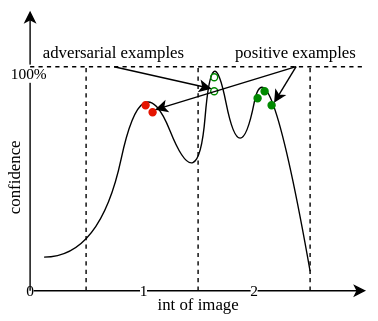
Before: images/1.drawio.svg, a diagram exported from draw.io (huangyebiaoke/adversarial-attack-method-based-on-IGA). Source tidied: cells renumbered, new cells last; positions are measured from the earlier drawing's top-left corner, leaving out a move shared by most shapes.
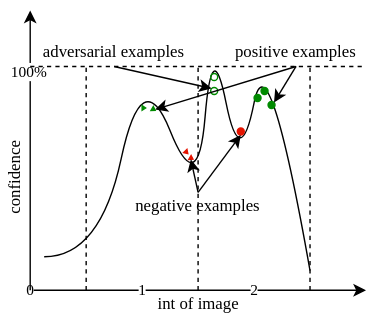
The same diagram one commit later.

Diff of the diagram source:
```diff
@@ -46,27 +46,21 @@
         </Array>
       </mxGeometry>
     </mxCell>
-    <mxCell id="9" style="ellipse;whiteSpace=wrap;html=1;fontColor=#ffffff;strokeColor=#008A00;fillColor=none;fontFamily=Times New Roman;" parent="1" vertex="1">
+    <mxCell id="9" style="ellipse;whiteSpace=wrap;html=1;fontColor=#ffffff;fontFamily=Times New Roman;fillColor=none;strokeColor=#008A00;" parent="1" vertex="1">
       <mxGeometry x="175" y="45" width="5" height="5" as="geometry" />
     </mxCell>
-    <mxCell id="10" style="ellipse;whiteSpace=wrap;html=1;fillColor=#008a00;fontColor=#ffffff;strokeColor=#008A00;fontFamily=Times New Roman;" parent="1" vertex="1">
+    <mxCell id="10" style="ellipse;whiteSpace=wrap;html=1;fillColor=#008a00;fontColor=#ffffff;fontFamily=Times New Roman;strokeColor=#008A00;" parent="1" vertex="1">
       <mxGeometry x="206" y="60" width="5" height="5" as="geometry" />
     </mxCell>
-    <mxCell id="11" style="ellipse;whiteSpace=wrap;html=1;fillColor=#008a00;fontColor=#ffffff;strokeColor=#008A00;fontFamily=Times New Roman;" parent="1" vertex="1">
+    <mxCell id="11" style="ellipse;whiteSpace=wrap;html=1;fillColor=#008a00;fontColor=#ffffff;fontFamily=Times New Roman;strokeColor=#008A00;" parent="1" vertex="1">
       <mxGeometry x="211" y="55" width="5" height="5" as="geometry" />
     </mxCell>
-    <mxCell id="12" style="ellipse;whiteSpace=wrap;html=1;fillColor=#008a00;fontColor=#ffffff;strokeColor=#008A00;fontFamily=Times New Roman;" parent="1" vertex="1">
+    <mxCell id="12" style="ellipse;whiteSpace=wrap;html=1;fontColor=#ffffff;fontFamily=Times New Roman;fillColor=#008A00;strokeColor=#008A00;" parent="1" vertex="1">
       <mxGeometry x="216" y="65" width="5" height="5" as="geometry" />
     </mxCell>
     <mxCell id="13" style="ellipse;whiteSpace=wrap;html=1;fontColor=#ffffff;strokeColor=#008A00;fillColor=none;fontFamily=Times New Roman;" parent="1" vertex="1">
       <mxGeometry x="175" y="55" width="5" height="5" as="geometry" />
     </mxCell>
-    <mxCell id="14" style="ellipse;whiteSpace=wrap;html=1;fillColor=#e51400;fontColor=#ffffff;strokeColor=#E51400;fontFamily=Times New Roman;" parent="1" vertex="1">
-      <mxGeometry x="126" y="65" width="5" height="5" as="geometry" />
-    </mxCell>
-    <mxCell id="15" style="ellipse;whiteSpace=wrap;html=1;fillColor=#e51400;fontColor=#ffffff;strokeColor=#E51400;fontFamily=Times New Roman;" parent="1" vertex="1">
-      <mxGeometry x="131" y="70" width="5" height="5" as="geometry" />
-    </mxCell>
     <mxCell id="16" value="int of image" style="text;html=1;align=center;verticalAlign=middle;strokeColor=none;fontFamily=Times New Roman;" parent="1" vertex="1">
       <mxGeometry x="131" y="200" width="70" height="20" as="geometry" />
     </mxCell>
@@ -106,11 +100,37 @@
     <mxCell id="24" style="endArrow=classic;html=1;fontFamily=Times New Roman;exitX=0.5;exitY=1;exitDx=0;exitDy=0;entryX=0;entryY=0;entryDx=0;entryDy=0;" parent="1" edge="1" source="23" target="13">
       <mxGeometry relative="1" as="geometry" />
     </mxCell>
-    <mxCell id="25" style="endArrow=classic;html=1;fontFamily=Times New Roman;exitX=0.5;exitY=1;exitDx=0;exitDy=0;entryX=1;entryY=0;entryDx=0;entryDy=0;" parent="1" edge="1" source="22" target="15">
-      <mxGeometry relative="1" as="geometry" />
+    <mxCell id="25" style="endArrow=classic;html=1;fontFamily=Times New Roman;exitX=0.5;exitY=1;exitDx=0;exitDy=0;entryX=1;entryY=0;entryDx=0;entryDy=0;" parent="1" edge="1" source="22">
+      <mxGeometry relative="1" as="geometry">
+        <mxPoint x="135.3" y="70.7" as="targetPoint" />
+      </mxGeometry>
     </mxCell>
     <mxCell id="26" style="endArrow=classic;html=1;fontFamily=Times New Roman;exitX=0.5;exitY=1;exitDx=0;exitDy=0;entryX=1;entryY=0;entryDx=0;entryDy=0;" parent="1" edge="1" source="22" target="12">
       <mxGeometry relative="1" as="geometry" />
     </mxCell>
+    <mxCell id="27" style="triangle;whiteSpace=wrap;html=1;strokeColor=#008A00;fillColor=#008A00;rotation=30;" parent="1" vertex="1">
+      <mxGeometry x="133" y="69" width="2.5" height="3.3" as="geometry" />
+    </mxCell>
+    <mxCell id="28" style="triangle;whiteSpace=wrap;html=1;strokeColor=#008A00;fillColor=#008A00;" parent="1" vertex="1">
+      <mxGeometry x="126" y="68" width="2.5" height="3.3" as="geometry" />
+    </mxCell>
+    <mxCell id="29" style="ellipse;whiteSpace=wrap;html=1;fillColor=#e51400;fontColor=#ffffff;fontFamily=Times New Roman;strokeColor=#E51400;" parent="1" vertex="1">
+      <mxGeometry x="194" y="84" width="5" height="5" as="geometry" />
+    </mxCell>
+    <mxCell id="30" style="triangle;whiteSpace=wrap;html=1;rotation=30;fontColor=#ffffff;fillColor=#E51400;strokeColor=#E51400;" parent="1" vertex="1">
+      <mxGeometry x="160" y="104" width="2.5" height="3.3" as="geometry" />
+    </mxCell>
+    <mxCell id="31" value="negative examples" style="text;html=1;strokeColor=none;fillColor=none;align=center;verticalAlign=middle;whiteSpace=wrap;rounded=0;fontFamily=Times New Roman;" parent="1" vertex="1">
+      <mxGeometry x="116" y="130" width="100" height="20" as="geometry" />
+    </mxCell>
+    <mxCell id="32" style="endArrow=classic;html=1;exitX=0.5;exitY=0;exitDx=0;exitDy=0;entryX=0.5;entryY=1;entryDx=0;entryDy=0;" parent="1" edge="1" source="31" target="29">
+      <mxGeometry relative="1" as="geometry" />
+    </mxCell>
+    <mxCell id="33" style="endArrow=classic;html=1;exitX=0.5;exitY=0;exitDx=0;exitDy=0;entryX=0.5;entryY=1;entryDx=0;entryDy=0;" parent="1" edge="1" source="31" target="30">
+      <mxGeometry relative="1" as="geometry" />
+    </mxCell>
+    <mxCell id="34" style="triangle;whiteSpace=wrap;html=1;rotation=45;fontColor=#ffffff;fillColor=#E51400;strokeColor=#E51400;" parent="1" vertex="1">
+      <mxGeometry x="156.5" y="99.7" width="2.5" height="3.3" as="geometry" />
+    </mxCell>
   </root>
 </mxGraphModel>
```
